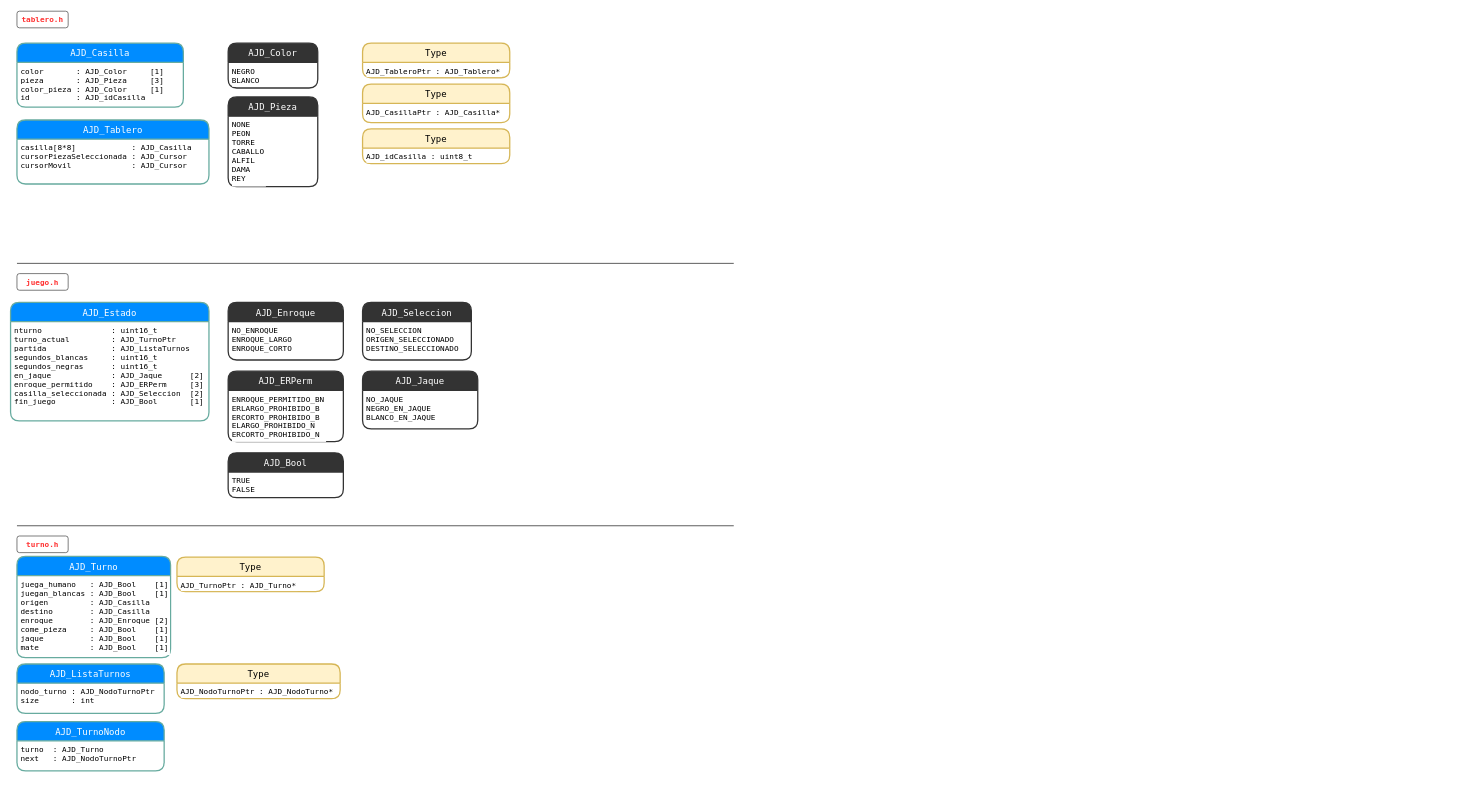
Earlier version of the draw.io diagram AMB_Ajedrez.drawio (flautines/AMB_Ajedrez). Source tidied: cells renumbered, new cells numbered last; positions are measured from the earlier drawing's top-left corner, leaving out a move shared by most shapes. Both pictures are drawn from the tidied source at 64%, with x=0, y=0 at pixel (10, 11).
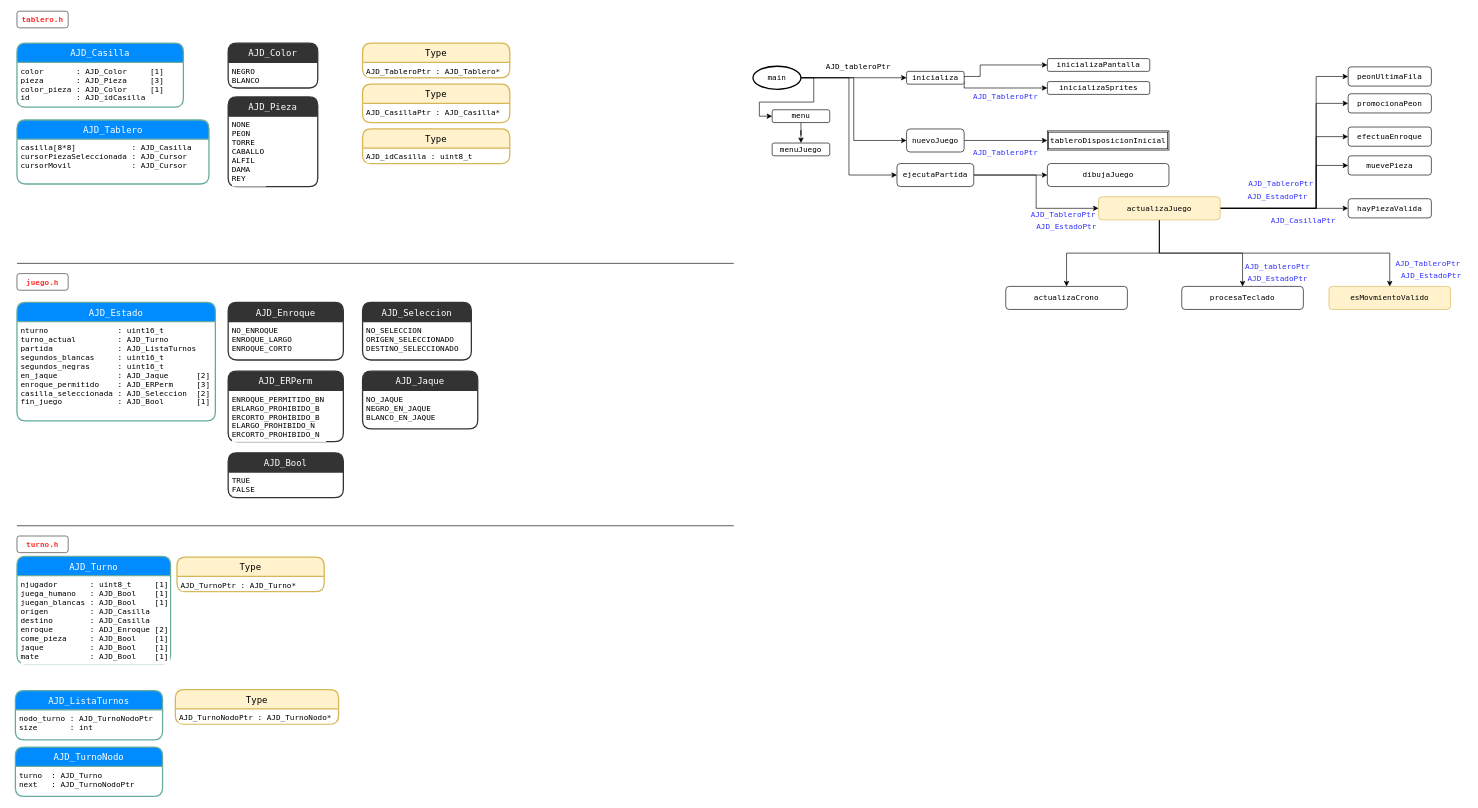
The same diagram, later.

The edit, as a diff of the source:
```diff
@@
     <mxCell id="15" value="AJD_Estado" style="swimlane;horizontal=1;startSize=30;fillColor=#008cff;fontColor=#FFFFFF;rounded=1;fontSize=14;fontStyle=0;strokeWidth=2;shadow=0;dashed=0;align=center;fontFamily=Monaco;glass=0;swimlaneLine=1;comic=0;strokeColor=#67AB9F;spacingTop=0;spacingLeft=0;spacingBottom=0;spacingRight=0;spacing=0;labelBorderColor=none;" parent="1" vertex="1">
-      <mxGeometry y="455" width="310" height="185" as="geometry" />
+      <mxGeometry x="10" y="455" width="310" height="185" as="geometry" />
     </mxCell>
-    <mxCell id="16" value="nturno               : uint16_t       &#10;turno_actual         : AJD_TurnoPtr&#10;partida              : AJD_ListaTurnos&#10;segundos_blancas     : uint16_t       &#10;segundos_negras      : uint16_t       &#10;en_jaque             : AJD_Jaque      [2]&#10;enroque_permitido    : AJD_ERPerm     [3]&#10;casilla_seleccionada : AJD_Seleccion  [2]&#10;fin_juego            : AJD_Bool       [1]&#10;" style="align=left;strokeColor=none;fillColor=none;spacingLeft=4;fontSize=12;verticalAlign=top;fontFamily=Monaco;labelBackgroundColor=#ffffff;" parent="15" vertex="1">
+    <mxCell id="16" value="nturno               : uint16_t       &#10;turno_actual         : AJD_Turno&#10;partida              : AJD_ListaTurnos&#10;segundos_blancas     : uint16_t       &#10;segundos_negras      : uint16_t       &#10;en_jaque             : AJD_Jaque      [2]&#10;enroque_permitido    : AJD_ERPerm     [3]&#10;casilla_seleccionada : AJD_Seleccion  [2]&#10;fin_juego            : AJD_Bool       [1]&#10;" style="align=left;strokeColor=none;fillColor=none;spacingLeft=4;fontSize=12;verticalAlign=top;fontFamily=Monaco;labelBackgroundColor=#ffffff;" parent="15" vertex="1">
       <mxGeometry y="30" width="310" height="155" as="geometry" />
     </mxCell>
     <mxCell id="17" value="AJD_Turno" style="swimlane;horizontal=1;startSize=30;fillColor=#008cff;fontColor=#FFFFFF;rounded=1;fontSize=14;fontStyle=0;strokeWidth=2;shadow=0;dashed=0;align=center;fontFamily=Monaco;glass=0;swimlaneLine=1;comic=0;strokeColor=#67AB9F;spacingTop=0;spacingLeft=0;spacingBottom=0;spacingRight=0;spacing=0;labelBorderColor=none;" parent="1" vertex="1">
-      <mxGeometry x="10" y="852" width="240" height="158" as="geometry" />
+      <mxGeometry x="10" y="852" width="240" height="168" as="geometry" />
     </mxCell>
-    <mxCell id="18" value="juega_humano   : AJD_Bool    [1]&#10;juegan_blancas : AJD_Bool    [1]&#10;origen         : AJD_Casilla &#10;destino        : AJD_Casilla&#10;enroque        : AJD_Enroque [2]&#10;come_pieza     : AJD_Bool    [1]&#10;jaque          : AJD_Bool    [1]&#10;mate           : AJD_Bool    [1]" style="align=left;strokeColor=none;fillColor=none;spacingLeft=4;fontSize=12;verticalAlign=top;fontFamily=Monaco;labelBackgroundColor=#ffffff;" parent="17" vertex="1">
-      <mxGeometry y="30" width="240" height="128" as="geometry" />
+    <mxCell id="18" value="njugador       : uint8_t     [1]&#10;juega_humano   : AJD_Bool    [1]&#10;juegan_blancas : AJD_Bool    [1]&#10;origen         : AJD_Casilla &#10;destino        : AJD_Casilla&#10;enroque        : ADJ_Enroque [2]&#10;come_pieza     : AJD_Bool    [1]&#10;jaque          : AJD_Bool    [1]&#10;mate           : AJD_Bool    [1]" style="align=left;strokeColor=none;fillColor=none;spacingLeft=4;fontSize=12;verticalAlign=top;fontFamily=Monaco;labelBackgroundColor=#ffffff;" parent="17" vertex="1">
+      <mxGeometry y="30" width="240" height="138" as="geometry" />
     </mxCell>
@@
     <mxCell id="35" value="AJD_ListaTurnos" style="swimlane;horizontal=1;startSize=30;fillColor=#008cff;fontColor=#FFFFFF;rounded=1;fontSize=14;fontStyle=0;strokeWidth=2;shadow=0;dashed=0;align=center;fontFamily=Monaco;glass=0;swimlaneLine=1;comic=0;strokeColor=#67AB9F;spacingTop=0;spacingLeft=0;spacingBottom=0;spacingRight=0;spacing=0;labelBorderColor=none;" parent="1" vertex="1">
-      <mxGeometry x="10" y="1020" width="230" height="77" as="geometry" />
+      <mxGeometry x="7.5" y="1061.5" width="230" height="77" as="geometry" />
     </mxCell>
-    <mxCell id="36" value="nodo_turno : AJD_NodoTurnoPtr&#10;size       : int" style="align=left;strokeColor=none;fillColor=none;spacingLeft=4;fontSize=12;verticalAlign=top;fontFamily=Monaco;labelBackgroundColor=#ffffff;" parent="35" vertex="1">
+    <mxCell id="36" value="nodo_turno : AJD_TurnoNodoPtr&#10;size       : int" style="align=left;strokeColor=none;fillColor=none;spacingLeft=4;fontSize=12;verticalAlign=top;fontFamily=Monaco;labelBackgroundColor=#ffffff;" parent="35" vertex="1">
       <mxGeometry y="30" width="230" height="47" as="geometry" />
     </mxCell>
     <mxCell id="37" value="AJD_TurnoNodo" style="swimlane;horizontal=1;startSize=30;fillColor=#008cff;fontColor=#FFFFFF;rounded=1;fontSize=14;fontStyle=0;strokeWidth=2;shadow=0;dashed=0;align=center;fontFamily=Monaco;glass=0;swimlaneLine=1;comic=0;strokeColor=#67AB9F;spacingTop=0;spacingLeft=0;spacingBottom=0;spacingRight=0;spacing=0;labelBorderColor=none;" parent="1" vertex="1">
-      <mxGeometry x="10" y="1110" width="230" height="77" as="geometry" />
+      <mxGeometry x="7.5" y="1150" width="230" height="77" as="geometry" />
     </mxCell>
-    <mxCell id="38" value="turno  : AJD_Turno&#10;next   : AJD_NodoTurnoPtr" style="align=left;strokeColor=none;fillColor=none;spacingLeft=4;fontSize=12;verticalAlign=top;fontFamily=Monaco;labelBackgroundColor=#ffffff;" parent="37" vertex="1">
+    <mxCell id="38" value="turno  : AJD_Turno&#10;next   : AJD_TurnoNodoPtr" style="align=left;strokeColor=none;fillColor=none;spacingLeft=4;fontSize=12;verticalAlign=top;fontFamily=Monaco;labelBackgroundColor=#ffffff;" parent="37" vertex="1">
       <mxGeometry y="30" width="230" height="47" as="geometry" />
     </mxCell>
     <mxCell id="39" value="Type" style="swimlane;horizontal=1;startSize=30;fillColor=#fff2cc;rounded=1;fontSize=14;fontStyle=0;strokeWidth=2;shadow=0;dashed=0;align=center;fontFamily=Monaco;glass=0;swimlaneLine=1;comic=0;strokeColor=#d6b656;spacingTop=0;spacingLeft=0;spacingBottom=0;spacingRight=0;spacing=0;labelBorderColor=none;swimlaneFillColor=none;" parent="1" vertex="1">
-      <mxGeometry x="260" y="1020" width="255" height="54" as="geometry" />
+      <mxGeometry x="257.5" y="1060" width="255" height="54" as="geometry" />
     </mxCell>
-    <mxCell id="40" value="AJD_NodoTurnoPtr : AJD_NodoTurno*" style="align=left;strokeColor=none;fillColor=none;spacingLeft=4;fontSize=12;verticalAlign=top;fontFamily=Monaco;labelBackgroundColor=#ffffff;" parent="39" vertex="1">
+    <mxCell id="40" value="AJD_TurnoNodoPtr : AJD_TurnoNodo*" style="align=left;strokeColor=none;fillColor=none;spacingLeft=4;fontSize=12;verticalAlign=top;fontFamily=Monaco;labelBackgroundColor=#ffffff;" parent="39" vertex="1">
       <mxGeometry y="30" width="255" height="24" as="geometry" />
     </mxCell>
@@
+    <mxCell id="43" style="edgeStyle=orthogonalEdgeStyle;rounded=0;jettySize=auto;html=1;exitX=1;exitY=0.5;exitDx=0;exitDy=0;entryX=0;entryY=0.5;entryDx=0;entryDy=0;fontFamily=Monaco;" parent="1" edge="1" source="45" target="53">
+      <mxGeometry relative="1" as="geometry">
+        <Array as="points">
+          <mxPoint x="1515" y="102" />
+          <mxPoint x="1515" y="84" />
+        </Array>
+      </mxGeometry>
+    </mxCell>
+    <mxCell id="44" style="edgeStyle=orthogonalEdgeStyle;rounded=0;jettySize=auto;html=1;exitX=1;exitY=0.75;exitDx=0;exitDy=0;entryX=0;entryY=0.5;entryDx=0;entryDy=0;fontFamily=Monaco;" parent="1" edge="1" source="45" target="54">
+      <mxGeometry relative="1" as="geometry">
+        <Array as="points">
+          <mxPoint x="1490" y="120" />
+        </Array>
+      </mxGeometry>
+    </mxCell>
+    <mxCell id="45" value="inicializa" style="rounded=1;whiteSpace=wrap;html=1;fontFamily=Monaco;" parent="1" vertex="1">
+      <mxGeometry x="1400" y="94" width="90" height="20" as="geometry" />
+    </mxCell>
+    <mxCell id="46" value="tableroDisposicionInicial" style="shape=ext;double=1;rounded=0;whiteSpace=wrap;html=1;fontFamily=Monaco;" parent="1" vertex="1">
+      <mxGeometry x="1620" y="187" width="190" height="30" as="geometry" />
+    </mxCell>
+    <mxCell id="47" style="edgeStyle=orthogonalEdgeStyle;rounded=0;jettySize=auto;html=1;exitX=1;exitY=0.5;exitDx=0;exitDy=0;exitPerimeter=0;fontFamily=Monaco;" parent="1" edge="1" source="51" target="45">
+      <mxGeometry relative="1" as="geometry" />
+    </mxCell>
+    <mxCell id="48" style="edgeStyle=orthogonalEdgeStyle;rounded=0;jettySize=auto;html=1;exitX=1;exitY=0.5;exitDx=0;exitDy=0;exitPerimeter=0;entryX=0;entryY=0.5;entryDx=0;entryDy=0;fontFamily=Monaco;" parent="1" edge="1" source="51" target="57">
+      <mxGeometry relative="1" as="geometry" />
+    </mxCell>
+    <mxCell id="49" style="edgeStyle=orthogonalEdgeStyle;rounded=0;jettySize=auto;html=1;exitX=1;exitY=0.5;exitDx=0;exitDy=0;exitPerimeter=0;entryX=0;entryY=0.5;entryDx=0;entryDy=0;fontFamily=Monaco;" parent="1" edge="1" source="51" target="60">
+      <mxGeometry relative="1" as="geometry" />
+    </mxCell>
+    <mxCell id="50" style="edgeStyle=orthogonalEdgeStyle;rounded=0;jettySize=auto;html=1;exitX=1;exitY=0.5;exitDx=0;exitDy=0;exitPerimeter=0;entryX=0;entryY=0.5;entryDx=0;entryDy=0;" parent="1" edge="1" source="51" target="64">
+      <mxGeometry relative="1" as="geometry">
+        <Array as="points">
+          <mxPoint x="1310" y="104" />
+          <mxPoint x="1310" y="256" />
+        </Array>
+      </mxGeometry>
+    </mxCell>
+    <mxCell id="51" value="main" style="strokeWidth=2;html=1;shape=mxgraph.flowchart.start_1;whiteSpace=wrap;fontFamily=Monaco;" parent="1" vertex="1">
+      <mxGeometry x="1160" y="86" width="75" height="36" as="geometry" />
+    </mxCell>
+    <mxCell id="52" value="AJD_tableroPtr" style="text;html=1;strokeColor=none;fillColor=none;align=center;verticalAlign=middle;whiteSpace=wrap;rounded=0;fontFamily=Monaco;" parent="1" vertex="1">
+      <mxGeometry x="1270" y="77" width="110" height="20" as="geometry" />
+    </mxCell>
+    <mxCell id="53" value="inicializaPantalla" style="rounded=1;whiteSpace=wrap;html=1;fontFamily=Monaco;" parent="1" vertex="1">
+      <mxGeometry x="1620" y="74" width="160" height="20" as="geometry" />
+    </mxCell>
+    <mxCell id="54" value="inicializaSprites" style="rounded=1;whiteSpace=wrap;html=1;fontFamily=Monaco;" parent="1" vertex="1">
+      <mxGeometry x="1620" y="110" width="160" height="20" as="geometry" />
+    </mxCell>
+    <mxCell id="55" value="AJD_TableroPtr" style="text;html=1;strokeColor=none;fillColor=none;align=center;verticalAlign=middle;whiteSpace=wrap;rounded=0;fontFamily=Monaco;fontColor=#3333FF;" parent="1" vertex="1">
+      <mxGeometry x="1500" y="124" width="110" height="20" as="geometry" />
+    </mxCell>
+    <mxCell id="56" style="edgeStyle=orthogonalEdgeStyle;rounded=0;jettySize=auto;html=1;" parent="1" edge="1" source="57" target="58">
+      <mxGeometry relative="1" as="geometry" />
+    </mxCell>
+    <mxCell id="57" value="menu" style="rounded=1;whiteSpace=wrap;html=1;fontFamily=Monaco;" parent="1" vertex="1">
+      <mxGeometry x="1190" y="154" width="90" height="20" as="geometry" />
+    </mxCell>
+    <mxCell id="58" value="menuJuego" style="rounded=1;whiteSpace=wrap;html=1;fontFamily=Monaco;" parent="1" vertex="1">
+      <mxGeometry x="1190" y="206" width="90" height="20" as="geometry" />
+    </mxCell>
+    <mxCell id="59" style="edgeStyle=orthogonalEdgeStyle;rounded=0;jettySize=auto;html=1;exitX=1;exitY=0.5;exitDx=0;exitDy=0;fontFamily=Monaco;" parent="1" edge="1" source="60" target="46">
+      <mxGeometry relative="1" as="geometry" />
+    </mxCell>
+    <mxCell id="60" value="nuevoJuego" style="rounded=1;whiteSpace=wrap;html=1;fontFamily=Monaco;" parent="1" vertex="1">
+      <mxGeometry x="1400" y="184" width="90" height="36" as="geometry" />
+    </mxCell>
+    <mxCell id="61" value="AJD_TableroPtr" style="text;html=1;strokeColor=none;fillColor=none;align=center;verticalAlign=middle;whiteSpace=wrap;rounded=0;fontFamily=Monaco;fontColor=#3333FF;" parent="1" vertex="1">
+      <mxGeometry x="1500" y="211" width="110" height="20" as="geometry" />
+    </mxCell>
+    <mxCell id="62" style="edgeStyle=orthogonalEdgeStyle;rounded=0;jettySize=auto;html=1;" parent="1" edge="1" source="64" target="65">
+      <mxGeometry relative="1" as="geometry" />
+    </mxCell>
+    <mxCell id="63" style="edgeStyle=orthogonalEdgeStyle;rounded=0;jettySize=auto;html=1;exitX=1;exitY=0.5;exitDx=0;exitDy=0;entryX=0;entryY=0.5;entryDx=0;entryDy=0;" parent="1" edge="1" source="64" target="74">
+      <mxGeometry relative="1" as="geometry" />
+    </mxCell>
+    <mxCell id="64" value="ejecutaPartida" style="rounded=1;whiteSpace=wrap;html=1;fontFamily=Monaco;" parent="1" vertex="1">
+      <mxGeometry x="1385" y="238" width="120" height="36" as="geometry" />
+    </mxCell>
+    <mxCell id="65" value="dibujaJuego" style="rounded=1;whiteSpace=wrap;html=1;fontFamily=Monaco;" parent="1" vertex="1">
+      <mxGeometry x="1620" y="238" width="190" height="36" as="geometry" />
+    </mxCell>
+    <mxCell id="66" style="edgeStyle=orthogonalEdgeStyle;rounded=0;jettySize=auto;html=1;" parent="1" edge="1" source="74" target="77">
+      <mxGeometry relative="1" as="geometry" />
+    </mxCell>
+    <mxCell id="67" style="edgeStyle=orthogonalEdgeStyle;rounded=0;jettySize=auto;html=1;" parent="1" edge="1" source="74" target="76">
+      <mxGeometry relative="1" as="geometry" />
+    </mxCell>
+    <mxCell id="68" style="edgeStyle=orthogonalEdgeStyle;rounded=0;jettySize=auto;html=1;fontColor=#3333FF;" parent="1" edge="1" source="74" target="75">
+      <mxGeometry relative="1" as="geometry" />
+    </mxCell>
+    <mxCell id="69" style="edgeStyle=orthogonalEdgeStyle;rounded=0;jettySize=auto;html=1;exitX=0.5;exitY=1;exitDx=0;exitDy=0;fontColor=#3333FF;entryX=0.5;entryY=0;entryDx=0;entryDy=0;" parent="1" edge="1" source="74" target="85">
+      <mxGeometry relative="1" as="geometry" />
+    </mxCell>
+    <mxCell id="70" style="edgeStyle=orthogonalEdgeStyle;rounded=0;jettySize=auto;html=1;exitX=1;exitY=0.5;exitDx=0;exitDy=0;fontColor=#3333FF;entryX=0;entryY=0.5;entryDx=0;entryDy=0;" parent="1" edge="1" source="74" target="88">
+      <mxGeometry relative="1" as="geometry">
+        <Array as="points">
+          <mxPoint x="2040" y="308" />
+          <mxPoint x="2040" y="241" />
+        </Array>
+      </mxGeometry>
+    </mxCell>
+    <mxCell id="71" style="edgeStyle=orthogonalEdgeStyle;rounded=0;jettySize=auto;html=1;exitX=1;exitY=0.5;exitDx=0;exitDy=0;entryX=0;entryY=0.5;entryDx=0;entryDy=0;fontColor=#3333FF;" parent="1" edge="1" source="74" target="89">
+      <mxGeometry relative="1" as="geometry">
+        <Array as="points">
+          <mxPoint x="2040" y="308" />
+          <mxPoint x="2040" y="196" />
+        </Array>
+      </mxGeometry>
+    </mxCell>
+    <mxCell id="72" style="edgeStyle=orthogonalEdgeStyle;rounded=0;jettySize=auto;html=1;exitX=1;exitY=0.5;exitDx=0;exitDy=0;entryX=0;entryY=0.5;entryDx=0;entryDy=0;fontColor=#3333FF;" parent="1" edge="1" source="74" target="90">
+      <mxGeometry relative="1" as="geometry">
+        <Array as="points">
+          <mxPoint x="2040" y="308" />
+          <mxPoint x="2040" y="102" />
+        </Array>
+      </mxGeometry>
+    </mxCell>
+    <mxCell id="73" style="edgeStyle=orthogonalEdgeStyle;rounded=0;jettySize=auto;html=1;exitX=1;exitY=0.5;exitDx=0;exitDy=0;entryX=0;entryY=0.5;entryDx=0;entryDy=0;fontColor=#3333FF;" parent="1" edge="1" source="74" target="91">
+      <mxGeometry relative="1" as="geometry">
+        <Array as="points">
+          <mxPoint x="2040" y="308" />
+          <mxPoint x="2040" y="144" />
+        </Array>
+      </mxGeometry>
+    </mxCell>
+    <mxCell id="74" value="actualizaJuego" style="rounded=1;whiteSpace=wrap;html=1;fontFamily=Monaco;fillColor=#fff2cc;strokeColor=#d6b656;" parent="1" vertex="1">
+      <mxGeometry x="1700" y="290" width="190" height="36" as="geometry" />
+    </mxCell>
+    <mxCell id="75" value="hayPiezaValida" style="rounded=1;whiteSpace=wrap;html=1;fontFamily=Monaco;" parent="1" vertex="1">
+      <mxGeometry x="2090" y="293" width="130" height="30" as="geometry" />
+    </mxCell>
+    <mxCell id="76" value="procesaTeclado" style="rounded=1;whiteSpace=wrap;html=1;fontFamily=Monaco;" parent="1" vertex="1">
+      <mxGeometry x="1830" y="430" width="190" height="36" as="geometry" />
+    </mxCell>
+    <mxCell id="77" value="actualizaCrono" style="rounded=1;whiteSpace=wrap;html=1;fontFamily=Monaco;" parent="1" vertex="1">
+      <mxGeometry x="1555" y="430" width="190" height="36" as="geometry" />
+    </mxCell>
+    <mxCell id="78" value="AJD_TableroPtr" style="text;html=1;strokeColor=none;fillColor=none;align=center;verticalAlign=middle;whiteSpace=wrap;rounded=0;fontFamily=Monaco;fontColor=#3333FF;" parent="1" vertex="1">
+      <mxGeometry x="1590" y="308" width="110" height="20" as="geometry" />
+    </mxCell>
+    <mxCell id="79" value="AJD_EstadoPtr" style="text;html=1;strokeColor=none;fillColor=none;align=center;verticalAlign=middle;whiteSpace=wrap;rounded=0;fontFamily=Monaco;fontColor=#3333FF;" parent="1" vertex="1">
+      <mxGeometry x="1595" y="327" width="110" height="20" as="geometry" />
+    </mxCell>
+    <mxCell id="80" value="AJD_EstadoPtr" style="text;html=1;strokeColor=none;fillColor=none;align=center;verticalAlign=middle;whiteSpace=wrap;rounded=0;fontFamily=Monaco;fontColor=#3333FF;" parent="1" vertex="1">
+      <mxGeometry x="1925" y="408" width="110" height="20" as="geometry" />
+    </mxCell>
+    <mxCell id="81" value="AJD_tableroPtr" style="text;html=1;strokeColor=none;fillColor=none;align=center;verticalAlign=middle;whiteSpace=wrap;rounded=0;fontFamily=Monaco;fontColor=#3333FF;" parent="1" vertex="1">
+      <mxGeometry x="1925" y="390" width="110" height="20" as="geometry" />
+    </mxCell>
+    <mxCell id="82" value="AJD_EstadoPtr" style="text;html=1;strokeColor=none;fillColor=none;align=center;verticalAlign=middle;whiteSpace=wrap;rounded=0;fontFamily=Monaco;fontColor=#3333FF;" parent="1" vertex="1">
+      <mxGeometry x="1925" y="280" width="110" height="20" as="geometry" />
+    </mxCell>
+    <mxCell id="83" value="AJD_TableroPtr" style="text;html=1;strokeColor=none;fillColor=none;align=center;verticalAlign=middle;whiteSpace=wrap;rounded=0;fontFamily=Monaco;fontColor=#3333FF;" parent="1" vertex="1">
+      <mxGeometry x="1930" y="259" width="110" height="20" as="geometry" />
+    </mxCell>
+    <mxCell id="84" value="AJD_CasillaPtr" style="text;html=1;strokeColor=none;fillColor=none;align=center;verticalAlign=middle;whiteSpace=wrap;rounded=0;fontFamily=Monaco;fontColor=#3333FF;" parent="1" vertex="1">
+      <mxGeometry x="1965" y="318" width="110" height="20" as="geometry" />
+    </mxCell>
+    <mxCell id="85" value="esMovmientoValido" style="rounded=1;whiteSpace=wrap;html=1;fontFamily=Monaco;fillColor=#fff2cc;strokeColor=#d6b656;" parent="1" vertex="1">
+      <mxGeometry x="2060" y="430" width="190" height="36" as="geometry" />
+    </mxCell>
+    <mxCell id="86" value="AJD_TableroPtr" style="text;html=1;strokeColor=none;fillColor=none;align=center;verticalAlign=middle;whiteSpace=wrap;rounded=0;fontFamily=Monaco;fontColor=#3333FF;" parent="1" vertex="1">
+      <mxGeometry x="2160" y="385" width="110" height="20" as="geometry" />
+    </mxCell>
+    <mxCell id="87" value="AJD_EstadoPtr" style="text;html=1;strokeColor=none;fillColor=none;align=center;verticalAlign=middle;whiteSpace=wrap;rounded=0;fontFamily=Monaco;fontColor=#3333FF;" parent="1" vertex="1">
+      <mxGeometry x="2165" y="404" width="110" height="20" as="geometry" />
+    </mxCell>
+    <mxCell id="88" value="muevePieza" style="rounded=1;whiteSpace=wrap;html=1;fontFamily=Monaco;" parent="1" vertex="1">
+      <mxGeometry x="2090" y="226" width="130" height="30" as="geometry" />
+    </mxCell>
+    <mxCell id="89" value="efectuaEnroque" style="rounded=1;whiteSpace=wrap;html=1;fontFamily=Monaco;" parent="1" vertex="1">
+      <mxGeometry x="2090" y="181" width="130" height="30" as="geometry" />
+    </mxCell>
+    <mxCell id="90" value="peonUltimaFila" style="rounded=1;whiteSpace=wrap;html=1;fontFamily=Monaco;" parent="1" vertex="1">
+      <mxGeometry x="2090" y="87" width="130" height="30" as="geometry" />
+    </mxCell>
+    <mxCell id="91" value="promocionaPeon" style="rounded=1;whiteSpace=wrap;html=1;fontFamily=Monaco;" parent="1" vertex="1">
+      <mxGeometry x="2090" y="129" width="130" height="30" as="geometry" />
+    </mxCell>
```
